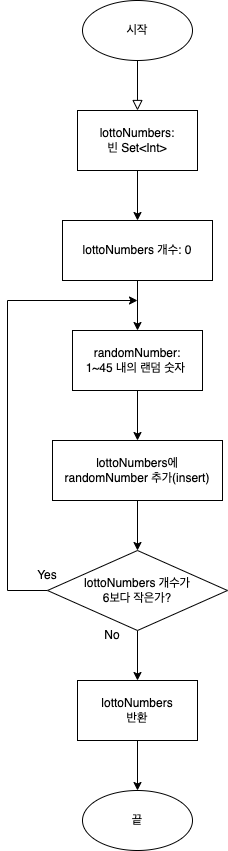
The draw.io diagram Step1_FlowChart.png in yagom-academy/swift-starter-Round2, before a commit. Source tidied: cells renumbered, new cells last; positions are measured from the earlier drawing's top-left corner, leaving out a move shared by most shapes.
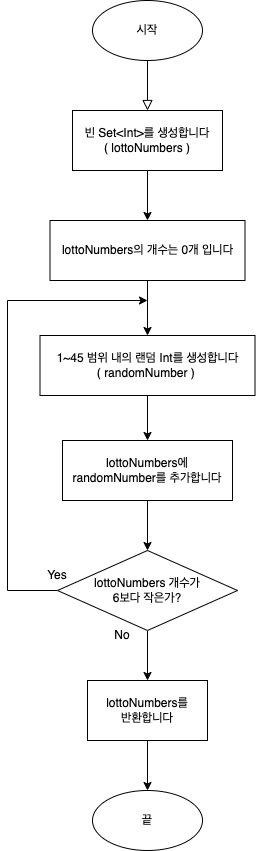
Later version of the same file.

Change to the diagram source:
```diff
@@ -2,60 +2,60 @@
   <root>
     <mxCell id="0" />
     <mxCell id="1" parent="0" />
-    <mxCell id="2" style="rounded=0;html=1;jettySize=auto;orthogonalLoop=1;fontSize=11;endArrow=block;endFill=0;endSize=8;strokeWidth=1;shadow=0;labelBackgroundColor=none;edgeStyle=orthogonalEdgeStyle;" parent="1" edge="1">
-      <mxGeometry relative="1" as="geometry">
-        <mxPoint x="130" y="60" as="sourcePoint" />
-        <mxPoint x="130" y="110" as="targetPoint" />
-      </mxGeometry>
-    </mxCell>
-    <mxCell id="3" style="edgeStyle=orthogonalEdgeStyle;rounded=0;jettySize=auto;html=1;" parent="1" edge="1" source="4" target="7">
-      <mxGeometry relative="1" as="geometry" />
-    </mxCell>
-    <mxCell id="4" value="lottoNumbers: &lt;br&gt;빈 Set&amp;lt;Int&amp;gt;" style="rounded=0;whiteSpace=wrap;html=1;" parent="1" vertex="1">
-      <mxGeometry x="70" y="110" width="120" height="60" as="geometry" />
-    </mxCell>
+    <mxCell id="20" style="rounded=0;html=1;jettySize=auto;orthogonalLoop=1;fontSize=11;endArrow=block;endFill=0;endSize=8;strokeWidth=1;shadow=0;labelBackgroundColor=none;edgeStyle=orthogonalEdgeStyle;" parent="1" edge="1">
+      <mxGeometry relative="1" as="geometry">
+        <mxPoint x="130" y="60" as="sourcePoint" />
+        <mxPoint x="130" y="110" as="targetPoint" />
+      </mxGeometry>
+    </mxCell>
+    <mxCell id="21" style="edgeStyle=orthogonalEdgeStyle;rounded=0;jettySize=auto;html=1;" parent="1" edge="1" source="22" target="24">
+      <mxGeometry relative="1" as="geometry" />
+    </mxCell>
+    <mxCell id="22" value="빈 Set&amp;lt;Int&amp;gt;를 생성합니다&lt;br&gt;( lottoNumbers )" style="rounded=0;whiteSpace=wrap;html=1;" parent="1" vertex="1">
+      <mxGeometry x="55" y="110" width="150" height="60" as="geometry" />
+    </mxCell>
     <mxCell id="5" value="시작" style="ellipse;whiteSpace=wrap;html=1;" parent="1" vertex="1">
       <mxGeometry x="75" width="110" height="60" as="geometry" />
     </mxCell>
-    <mxCell id="6" style="edgeStyle=orthogonalEdgeStyle;rounded=0;jettySize=auto;html=1;" parent="1" edge="1" source="7" target="9">
-      <mxGeometry relative="1" as="geometry" />
-    </mxCell>
-    <mxCell id="7" value="lottoNumbers&amp;nbsp;개수: 0" style="rounded=0;whiteSpace=wrap;html=1;" parent="1" vertex="1">
-      <mxGeometry x="55" y="220" width="150" height="60" as="geometry" />
-    </mxCell>
-    <mxCell id="8" style="edgeStyle=orthogonalEdgeStyle;rounded=0;jettySize=auto;html=1;exitX=0.5;exitY=1;exitDx=0;exitDy=0;" parent="1" edge="1" source="9" target="11">
-      <mxGeometry relative="1" as="geometry" />
-    </mxCell>
-    <mxCell id="9" value="randomNumber: &lt;br&gt;1~45 내의 랜덤 숫자&amp;nbsp;" style="rounded=0;whiteSpace=wrap;html=1;" parent="1" vertex="1">
-      <mxGeometry x="65" y="330" width="130" height="60" as="geometry" />
-    </mxCell>
-    <mxCell id="10" style="edgeStyle=orthogonalEdgeStyle;rounded=0;jettySize=auto;html=1;" parent="1" edge="1" source="11" target="14">
-      <mxGeometry relative="1" as="geometry" />
-    </mxCell>
-    <mxCell id="11" value="lottoNumbers에&lt;br&gt;randomNumber 추가(insert)" style="rounded=0;whiteSpace=wrap;html=1;" parent="1" vertex="1">
-      <mxGeometry x="45" y="440" width="170" height="60" as="geometry" />
-    </mxCell>
-    <mxCell id="12" style="edgeStyle=orthogonalEdgeStyle;rounded=0;jettySize=auto;html=1;" parent="1" edge="1" source="14" target="16">
-      <mxGeometry relative="1" as="geometry" />
-    </mxCell>
-    <mxCell id="13" style="edgeStyle=orthogonalEdgeStyle;rounded=0;jettySize=auto;html=1;exitX=0;exitY=0.5;exitDx=0;exitDy=0;" parent="1" edge="1" source="14">
-      <mxGeometry relative="1" as="geometry">
-        <mxPoint x="130" y="300" as="targetPoint" />
-        <Array as="points">
-          <mxPoint y="590" />
-          <mxPoint y="300" />
-        </Array>
-      </mxGeometry>
-    </mxCell>
+    <mxCell id="23" style="edgeStyle=orthogonalEdgeStyle;rounded=0;jettySize=auto;html=1;" parent="1" edge="1" source="24" target="26">
+      <mxGeometry relative="1" as="geometry" />
+    </mxCell>
+    <mxCell id="24" value="lottoNumbers의 개수는 0개 입니다" style="rounded=0;whiteSpace=wrap;html=1;" parent="1" vertex="1">
+      <mxGeometry x="32.5" y="220" width="195" height="60" as="geometry" />
+    </mxCell>
+    <mxCell id="25" style="edgeStyle=orthogonalEdgeStyle;rounded=0;jettySize=auto;html=1;exitX=0.5;exitY=1;exitDx=0;exitDy=0;" parent="1" edge="1" source="26" target="28">
+      <mxGeometry relative="1" as="geometry" />
+    </mxCell>
+    <mxCell id="26" value="1~45 범위 내의 랜덤 Int를 생성합니다&lt;br&gt;( randomNumber )&amp;nbsp;" style="rounded=0;whiteSpace=wrap;html=1;" parent="1" vertex="1">
+      <mxGeometry x="22.5" y="335" width="215" height="60" as="geometry" />
+    </mxCell>
+    <mxCell id="27" style="edgeStyle=orthogonalEdgeStyle;rounded=0;jettySize=auto;html=1;" parent="1" edge="1" source="28" target="14">
+      <mxGeometry relative="1" as="geometry" />
+    </mxCell>
+    <mxCell id="28" value="lottoNumbers에&lt;br&gt;randomNumber를 추가합니다" style="rounded=0;whiteSpace=wrap;html=1;" parent="1" vertex="1">
+      <mxGeometry x="45" y="440" width="170" height="60" as="geometry" />
+    </mxCell>
+    <mxCell id="29" style="edgeStyle=orthogonalEdgeStyle;rounded=0;jettySize=auto;html=1;" parent="1" edge="1" source="14" target="32">
+      <mxGeometry relative="1" as="geometry" />
+    </mxCell>
+    <mxCell id="30" style="edgeStyle=orthogonalEdgeStyle;rounded=0;jettySize=auto;html=1;exitX=0;exitY=0.5;exitDx=0;exitDy=0;" parent="1" edge="1" source="14">
+      <mxGeometry relative="1" as="geometry">
+        <mxPoint x="130" y="300" as="targetPoint" />
+        <Array as="points">
+          <mxPoint x="-10" y="590" />
+          <mxPoint x="-10" y="300" />
+        </Array>
+      </mxGeometry>
+    </mxCell>
     <mxCell id="14" value="lottoNumbers 개수가&lt;br&gt;6보다 작은가?" style="rhombus;whiteSpace=wrap;html=1;rounded=0;" parent="1" vertex="1">
       <mxGeometry x="40" y="550" width="180" height="80" as="geometry" />
     </mxCell>
-    <mxCell id="15" style="edgeStyle=orthogonalEdgeStyle;rounded=0;jettySize=auto;html=1;entryX=0.5;entryY=0;entryDx=0;entryDy=0;" parent="1" edge="1" source="16" target="17">
-      <mxGeometry relative="1" as="geometry" />
-    </mxCell>
-    <mxCell id="16" value="lottoNumbers&lt;br&gt;반환" style="whiteSpace=wrap;html=1;rounded=0;" parent="1" vertex="1">
-      <mxGeometry x="70" y="680" width="120" height="60" as="geometry" />
-    </mxCell>
+    <mxCell id="31" style="edgeStyle=orthogonalEdgeStyle;rounded=0;jettySize=auto;html=1;entryX=0.5;entryY=0;entryDx=0;entryDy=0;" parent="1" edge="1" source="32" target="17">
+      <mxGeometry relative="1" as="geometry" />
+    </mxCell>
+    <mxCell id="32" value="lottoNumbers를&lt;br&gt;반환합니다" style="whiteSpace=wrap;html=1;rounded=0;" parent="1" vertex="1">
+      <mxGeometry x="70" y="680" width="120" height="60" as="geometry" />
+    </mxCell>
     <mxCell id="17" value="끝" style="ellipse;whiteSpace=wrap;html=1;" parent="1" vertex="1">
       <mxGeometry x="75" y="790" width="110" height="60" as="geometry" />
     </mxCell>
```
